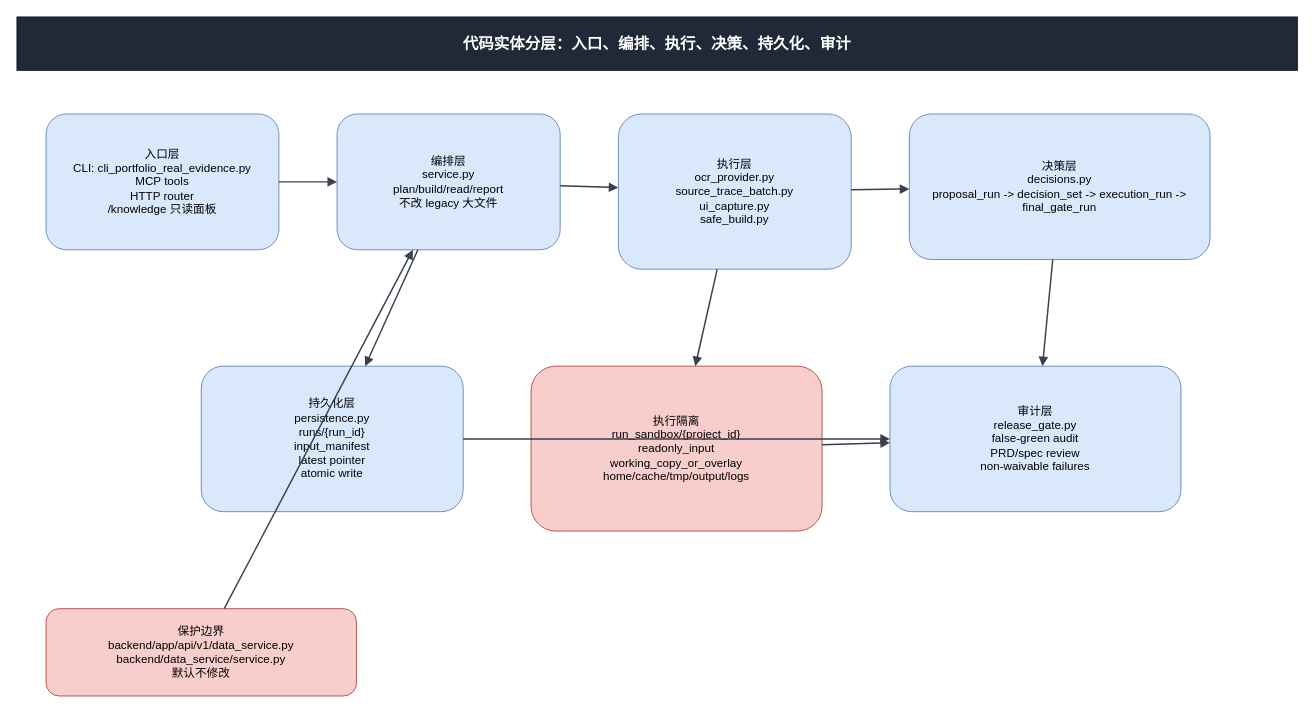
The draw.io diagram page "03 代码实体分层与交互关系" (3 of 7) of docs/V2.x/V2_116_120_REAL_EVIDENCE_ACCEPTANCE_CLOSURE_TARGET_STATE.drawio in ljx418/data_service, before the edit. Source tidied: cells renumbered, new cells numbered last; positions are measured from the earlier drawing's top-left corner, leaving out a move shared by most shapes. Both pictures are drawn from the tidied source at 97%, with x=0, y=0 at pixel (16, 16).
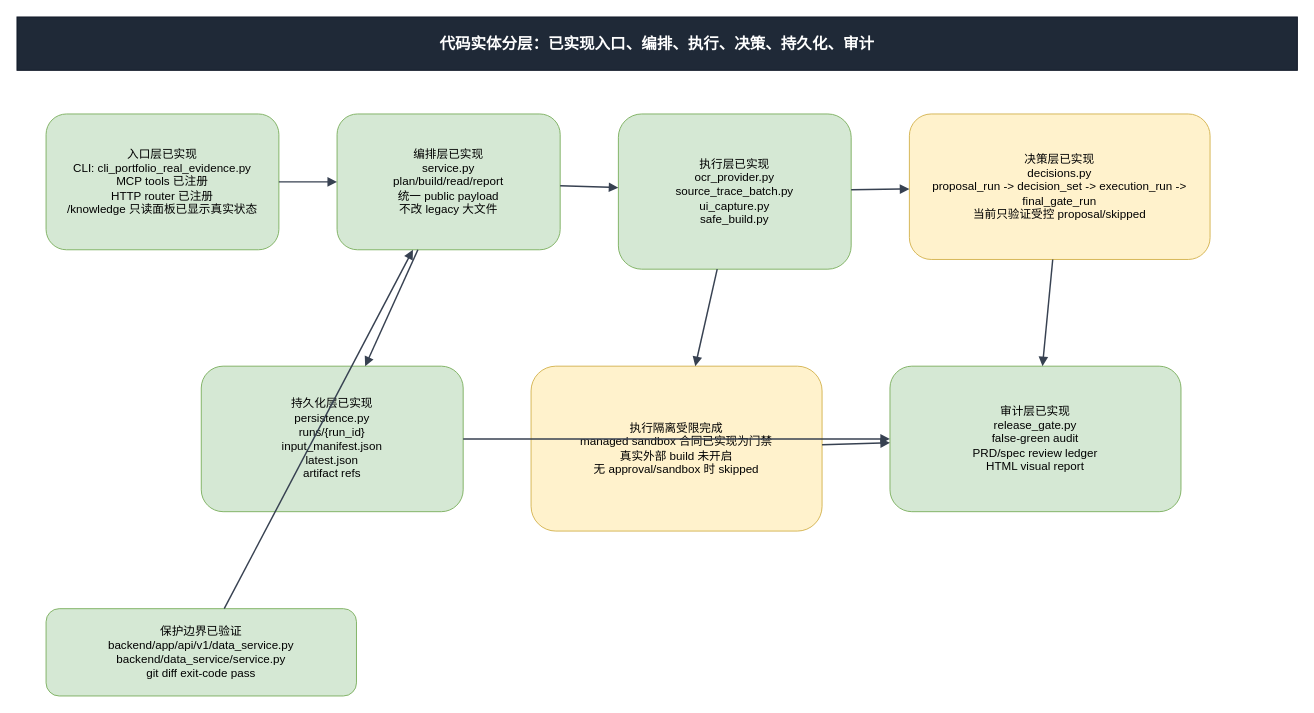
The same page after the edit.

Change to the diagram source:
```diff
@@
 <mxGraphModel>
   <root>
     <mxCell id="0" />
     <mxCell id="1" parent="0" />
-    <mxCell id="2" value="代码实体分层：入口、编排、执行、决策、持久化、审计" style="rounded=0;whiteSpace=wrap;html=1;fillColor=#1f2937;strokeColor=#111827;fontColor=#ffffff;fontSize=16;fontStyle=1;align=center;verticalAlign=middle;spacing=8;" parent="1" vertex="1">
+    <mxCell id="2" value="代码实体分层：已实现入口、编排、执行、决策、持久化、审计" style="rounded=0;whiteSpace=wrap;html=1;fillColor=#1f2937;strokeColor=#111827;fontColor=#ffffff;fontSize=16;fontStyle=1;align=center;verticalAlign=middle;spacing=8;" parent="1" vertex="1">
       <mxGeometry width="1320" height="55" as="geometry" />
     </mxCell>
-    <mxCell id="3" value="入口层&#10;CLI: cli_portfolio_real_evidence.py&#10;MCP tools&#10;HTTP router&#10;/knowledge 只读面板" style="rounded=1;whiteSpace=wrap;html=1;fillColor=#dae8fc;strokeColor=#6c8ebf;fontSize=12;align=center;verticalAlign=middle;spacing=6;" parent="1" vertex="1">
+    <mxCell id="3" value="入口层已实现&#10;CLI: cli_portfolio_real_evidence.py&#10;MCP tools 已注册&#10;HTTP router 已注册&#10;/knowledge 只读面板已显示真实状态" style="rounded=1;whiteSpace=wrap;html=1;fillColor=#d5e8d4;strokeColor=#82b366;fontSize=12;align=center;verticalAlign=middle;spacing=6;" parent="1" vertex="1">
       <mxGeometry x="30" y="100" width="240" height="140" as="geometry" />
     </mxCell>
-    <mxCell id="4" value="编排层&#10;service.py&#10;plan/build/read/report&#10;不改 legacy 大文件" style="rounded=1;whiteSpace=wrap;html=1;fillColor=#dae8fc;strokeColor=#6c8ebf;fontSize=12;align=center;verticalAlign=middle;spacing=6;" parent="1" vertex="1">
+    <mxCell id="4" value="编排层已实现&#10;service.py&#10;plan/build/read/report&#10;统一 public payload&#10;不改 legacy 大文件" style="rounded=1;whiteSpace=wrap;html=1;fillColor=#d5e8d4;strokeColor=#82b366;fontSize=12;align=center;verticalAlign=middle;spacing=6;" parent="1" vertex="1">
       <mxGeometry x="330" y="100" width="230" height="140" as="geometry" />
     </mxCell>
-    <mxCell id="5" value="执行层&#10;ocr_provider.py&#10;source_trace_batch.py&#10;ui_capture.py&#10;safe_build.py" style="rounded=1;whiteSpace=wrap;html=1;fillColor=#dae8fc;strokeColor=#6c8ebf;fontSize=12;align=center;verticalAlign=middle;spacing=6;" parent="1" vertex="1">
+    <mxCell id="5" value="执行层已实现&#10;ocr_provider.py&#10;source_trace_batch.py&#10;ui_capture.py&#10;safe_build.py" style="rounded=1;whiteSpace=wrap;html=1;fillColor=#d5e8d4;strokeColor=#82b366;fontSize=12;align=center;verticalAlign=middle;spacing=6;" parent="1" vertex="1">
       <mxGeometry x="620" y="100" width="240" height="160" as="geometry" />
     </mxCell>
-    <mxCell id="6" value="决策层&#10;decisions.py&#10;proposal_run -&amp;gt; decision_set -&amp;gt; execution_run -&amp;gt; final_gate_run" style="rounded=1;whiteSpace=wrap;html=1;fillColor=#dae8fc;strokeColor=#6c8ebf;fontSize=12;align=center;verticalAlign=middle;spacing=6;" parent="1" vertex="1">
+    <mxCell id="6" value="决策层已实现&#10;decisions.py&#10;proposal_run -&gt; decision_set -&gt; execution_run -&gt; final_gate_run&#10;当前只验证受控 proposal/skipped" style="rounded=1;whiteSpace=wrap;html=1;fillColor=#fff2cc;strokeColor=#d6b656;fontSize=12;align=center;verticalAlign=middle;spacing=6;" parent="1" vertex="1">
       <mxGeometry x="920" y="100" width="310" height="150" as="geometry" />
     </mxCell>
-    <mxCell id="7" value="持久化层&#10;persistence.py&#10;runs/{run_id}&#10;input_manifest&#10;latest pointer&#10;atomic write" style="rounded=1;whiteSpace=wrap;html=1;fillColor=#dae8fc;strokeColor=#6c8ebf;fontSize=12;align=center;verticalAlign=middle;spacing=6;" parent="1" vertex="1">
+    <mxCell id="7" value="持久化层已实现&#10;persistence.py&#10;runs/{run_id}&#10;input_manifest.json&#10;latest.json&#10;artifact refs" style="rounded=1;whiteSpace=wrap;html=1;fillColor=#d5e8d4;strokeColor=#82b366;fontSize=12;align=center;verticalAlign=middle;spacing=6;" parent="1" vertex="1">
       <mxGeometry x="190" y="360" width="270" height="150" as="geometry" />
     </mxCell>
-    <mxCell id="8" value="执行隔离&#10;run_sandbox/{project_id}&#10;readonly_input&#10;working_copy_or_overlay&#10;home/cache/tmp/output/logs" style="rounded=1;whiteSpace=wrap;html=1;fillColor=#f8cecc;strokeColor=#b85450;fontSize=12;align=center;verticalAlign=middle;spacing=6;" parent="1" vertex="1">
+    <mxCell id="8" value="执行隔离受限完成&#10;managed sandbox 合同已实现为门禁&#10;真实外部 build 未开启&#10;无 approval/sandbox 时 skipped" style="rounded=1;whiteSpace=wrap;html=1;fillColor=#fff2cc;strokeColor=#d6b656;fontSize=12;align=center;verticalAlign=middle;spacing=6;" parent="1" vertex="1">
       <mxGeometry x="530" y="360" width="300" height="170" as="geometry" />
     </mxCell>
-    <mxCell id="9" value="审计层&#10;release_gate.py&#10;false-green audit&#10;PRD/spec review&#10;non-waivable failures" style="rounded=1;whiteSpace=wrap;html=1;fillColor=#dae8fc;strokeColor=#6c8ebf;fontSize=12;align=center;verticalAlign=middle;spacing=6;" parent="1" vertex="1">
+    <mxCell id="9" value="审计层已实现&#10;release_gate.py&#10;false-green audit&#10;PRD/spec review ledger&#10;HTML visual report" style="rounded=1;whiteSpace=wrap;html=1;fillColor=#d5e8d4;strokeColor=#82b366;fontSize=12;align=center;verticalAlign=middle;spacing=6;" parent="1" vertex="1">
       <mxGeometry x="900" y="360" width="300" height="150" as="geometry" />
     </mxCell>
-    <mxCell id="10" value="保护边界&#10;backend/app/api/v1/data_service.py&#10;backend/data_service/service.py&#10;默认不修改" style="rounded=1;whiteSpace=wrap;html=1;fillColor=#f8cecc;strokeColor=#b85450;fontSize=12;align=center;verticalAlign=middle;spacing=6;" parent="1" vertex="1">
+    <mxCell id="10" value="保护边界已验证&#10;backend/app/api/v1/data_service.py&#10;backend/data_service/service.py&#10;git diff exit-code pass" style="rounded=1;whiteSpace=wrap;html=1;fillColor=#d5e8d4;strokeColor=#82b366;fontSize=12;align=center;verticalAlign=middle;spacing=6;" parent="1" vertex="1">
       <mxGeometry x="30" y="610" width="320" height="90" as="geometry" />
     </mxCell>
     <mxCell id="11" style="endArrow=block;html=1;rounded=0;strokeColor=#374151;strokeWidth=1.5;" parent="1" edge="1" source="3" target="4">
       <mxGeometry relative="1" as="geometry" />
     </mxCell>
     <mxCell id="12" style="endArrow=block;html=1;rounded=0;strokeColor=#374151;strokeWidth=1.5;" parent="1" edge="1" source="4" target="5">
       <mxGeometry relative="1" as="geometry" />
     </mxCell>
     <mxCell id="13" style="endArrow=block;html=1;rounded=0;strokeColor=#374151;strokeWidth=1.5;" parent="1" edge="1" source="4" target="7">
       <mxGeometry relative="1" as="geometry" />
     </mxCell>
     <mxCell id="14" style="endArrow=block;html=1;rounded=0;strokeColor=#374151;strokeWidth=1.5;" parent="1" edge="1" source="5" target="8">
       <mxGeometry relative="1" as="geometry" />
     </mxCell>
     <mxCell id="15" style="endArrow=block;html=1;rounded=0;strokeColor=#374151;strokeWidth=1.5;" parent="1" edge="1" source="5" target="6">
       <mxGeometry relative="1" as="geometry" />
     </mxCell>
     <mxCell id="16" style="endArrow=block;html=1;rounded=0;strokeColor=#374151;strokeWidth=1.5;" parent="1" edge="1" source="6" target="9">
       <mxGeometry relative="1" as="geometry" />
     </mxCell>
     <mxCell id="17" style="endArrow=block;html=1;rounded=0;strokeColor=#374151;strokeWidth=1.5;" parent="1" edge="1" source="7" target="9">
       <mxGeometry relative="1" as="geometry" />
     </mxCell>
     <mxCell id="18" style="endArrow=block;html=1;rounded=0;strokeColor=#374151;strokeWidth=1.5;" parent="1" edge="1" source="8" target="9">
       <mxGeometry relative="1" as="geometry" />
     </mxCell>
     <mxCell id="19" style="endArrow=block;html=1;rounded=0;strokeColor=#374151;strokeWidth=1.5;" parent="1" edge="1" source="10" target="4">
       <mxGeometry relative="1" as="geometry" />
     </mxCell>
   </root>
 </mxGraphModel>
```
